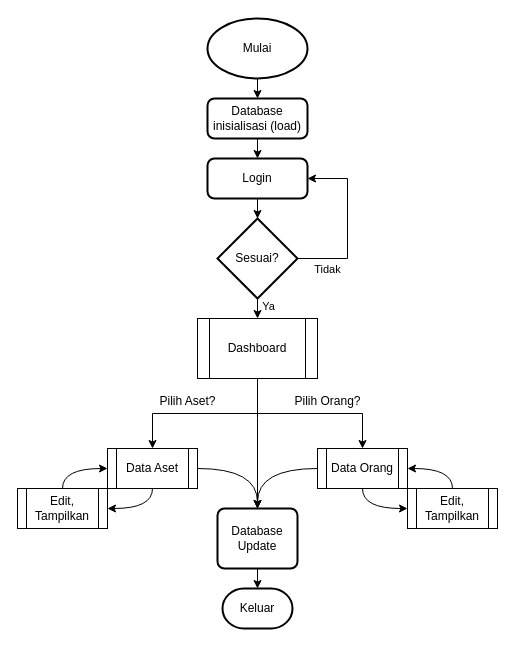
Earlier version of the draw.io diagram Program UAS/Alur Program.drawio (Hidayadie/Program-si-sharp). Source tidied: cells renumbered, new cells numbered last; positions are measured from the earlier drawing's top-left corner, leaving out a move shared by most shapes. Both pictures are drawn from the tidied source at 100%, with x=0, y=0 at pixel (17, 18).
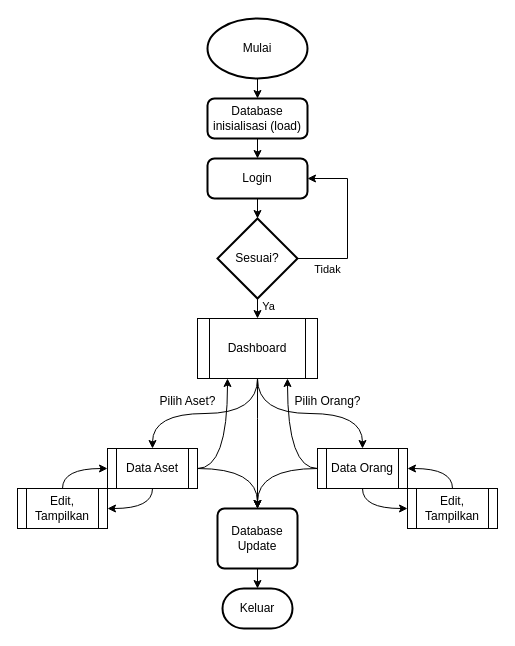
The same page after the edit.

The change refers to these unchanged cells:
```xml
<mxCell id="16" value="Dashboard" style="shape=process;whiteSpace=wrap;html=1;backgroundOutline=1;" parent="1" vertex="1">
  <mxGeometry x="180" y="300" width="120" height="60" as="geometry" />
</mxCell>
<mxCell id="19" value="Data Orang" style="shape=process;whiteSpace=wrap;html=1;backgroundOutline=1;" parent="1" vertex="1">
  <mxGeometry x="300" y="430" width="90" height="40" as="geometry" />
</mxCell>
<mxCell id="22" value="Data Aset" style="shape=process;whiteSpace=wrap;html=1;backgroundOutline=1;" parent="1" vertex="1">
  <mxGeometry x="90" y="430" width="90" height="40" as="geometry" />
</mxCell>
```

Change to the diagram source:
```diff
@@
-    <mxCell id="14" style="edgeStyle=orthogonalEdgeStyle;rounded=0;jettySize=auto;html=1;exitX=0.5;exitY=1;exitDx=0;exitDy=0;entryX=0.5;entryY=0;entryDx=0;entryDy=0;" parent="1" edge="1" source="16" target="19">
-      <mxGeometry relative="1" as="geometry">
-        <Array as="points">
-          <mxPoint x="240" y="395" />
-          <mxPoint x="345" y="395" />
-        </Array>
-      </mxGeometry>
+    <mxCell id="14" style="edgeStyle=orthogonalEdgeStyle;rounded=0;jettySize=auto;html=1;exitX=0.5;exitY=1;exitDx=0;exitDy=0;entryX=0.5;entryY=0;entryDx=0;entryDy=0;curved=1;" parent="1" edge="1" source="16" target="19">
+      <mxGeometry relative="1" as="geometry" />
     </mxCell>
-    <mxCell id="15" style="edgeStyle=orthogonalEdgeStyle;rounded=0;jettySize=auto;html=1;exitX=0.5;exitY=1;exitDx=0;exitDy=0;entryX=0.5;entryY=0;entryDx=0;entryDy=0;" parent="1" edge="1" source="16" target="22">
+    <mxCell id="15" style="edgeStyle=orthogonalEdgeStyle;rounded=0;jettySize=auto;html=1;exitX=0.5;exitY=1;exitDx=0;exitDy=0;entryX=0.5;entryY=0;entryDx=0;entryDy=0;curved=1;" parent="1" edge="1" source="16" target="22">
       <mxGeometry relative="1" as="geometry" />
     </mxCell>
@@
+    <mxCell id="32" style="edgeStyle=orthogonalEdgeStyle;rounded=0;jettySize=auto;html=1;exitX=0;exitY=0.5;exitDx=0;exitDy=0;entryX=0.75;entryY=1;entryDx=0;entryDy=0;curved=1;" parent="1" edge="1" source="19" target="16">
+      <mxGeometry relative="1" as="geometry" />
+    </mxCell>
@@
+    <mxCell id="33" style="edgeStyle=orthogonalEdgeStyle;rounded=0;jettySize=auto;html=1;exitX=1;exitY=0.5;exitDx=0;exitDy=0;entryX=0.25;entryY=1;entryDx=0;entryDy=0;curved=1;" parent="1" edge="1" source="22" target="16">
+      <mxGeometry relative="1" as="geometry" />
+    </mxCell>
```
